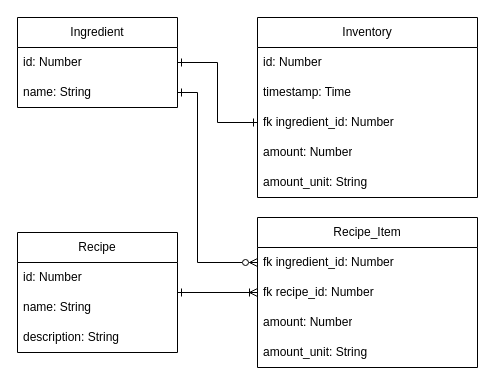
Above: db-project-ERD.drawio in joseph-rock/db-project (draw.io), before the change. Source tidied: cells renumbered, new cells numbered last; positions are measured from the earlier drawing's top-left corner, leaving out a move shared by most shapes. Both pictures are drawn from the tidied source at 100%, with x=0, y=0 at pixel (17, 17).
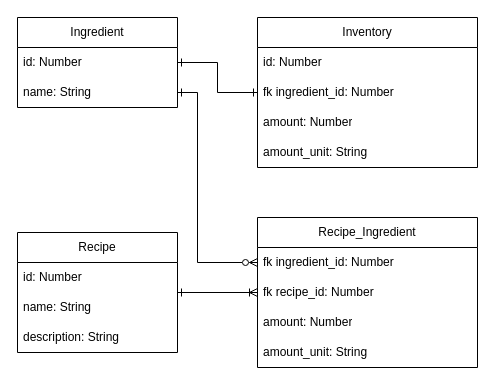
Above is the later version.

Diff of the diagram source:
```diff
@@
-    <mxCell id="10" value="&lt;div&gt;Recipe_Item&lt;/div&gt;" style="swimlane;fontStyle=0;horizontal=1;startSize=30;whiteSpace=wrap;html=1;" parent="1" vertex="1">
+    <mxCell id="10" value="&lt;div&gt;Recipe_Ingredient&lt;/div&gt;" style="swimlane;fontStyle=0;horizontal=1;startSize=30;whiteSpace=wrap;html=1;" parent="1" vertex="1">
       <mxGeometry x="240" y="200" width="220" height="150" as="geometry" />
     </mxCell>
@@
     <mxCell id="15" value="Inventory" style="swimlane;fontStyle=0;horizontal=1;startSize=30;whiteSpace=wrap;html=1;" parent="1" vertex="1">
-      <mxGeometry x="240" width="220" height="180" as="geometry" />
+      <mxGeometry x="240" width="220" height="150" as="geometry" />
     </mxCell>
@@
-    <mxCell id="17" value="timestamp: Time" style="text;strokeColor=none;fillColor=none;align=left;verticalAlign=middle;spacingLeft=4;spacingRight=4;overflow=hidden;whiteSpace=wrap;html=1;" parent="15" vertex="1">
-      <mxGeometry y="60" width="220" height="30" as="geometry" />
-    </mxCell>
     <mxCell id="18" value="fk ingredient_id: Number" style="text;strokeColor=none;fillColor=none;align=left;verticalAlign=middle;spacingLeft=4;spacingRight=4;overflow=hidden;points=[[0,0.5],[1,0.5]];portConstraint=eastwest;whiteSpace=wrap;html=1;" parent="15" vertex="1">
-      <mxGeometry y="90" width="220" height="30" as="geometry" />
+      <mxGeometry y="60" width="220" height="30" as="geometry" />
     </mxCell>
     <mxCell id="19" value="amount: Number" style="text;strokeColor=none;fillColor=none;align=left;verticalAlign=middle;spacingLeft=4;spacingRight=4;overflow=hidden;whiteSpace=wrap;html=1;" parent="15" vertex="1">
-      <mxGeometry y="120" width="220" height="30" as="geometry" />
+      <mxGeometry y="90" width="220" height="30" as="geometry" />
     </mxCell>
     <mxCell id="20" value="amount_unit: String" style="text;strokeColor=none;fillColor=none;align=left;verticalAlign=middle;spacingLeft=4;spacingRight=4;overflow=hidden;whiteSpace=wrap;html=1;" parent="15" vertex="1">
-      <mxGeometry y="150" width="220" height="30" as="geometry" />
+      <mxGeometry y="120" width="220" height="30" as="geometry" />
     </mxCell>
```
